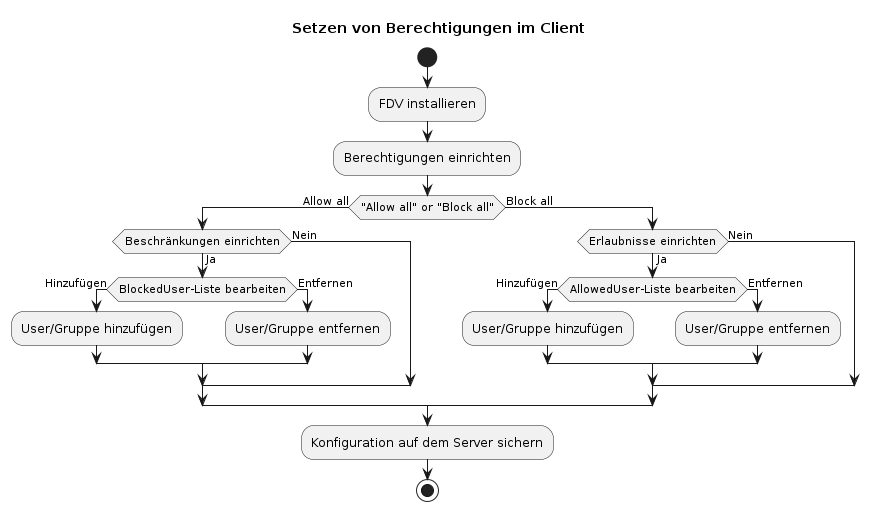
Above: images/diagrams/TI-Messenger-Client/Berechtigungen_setzen.png in gematik/api-ti-messenger (PlantUML), before the change.
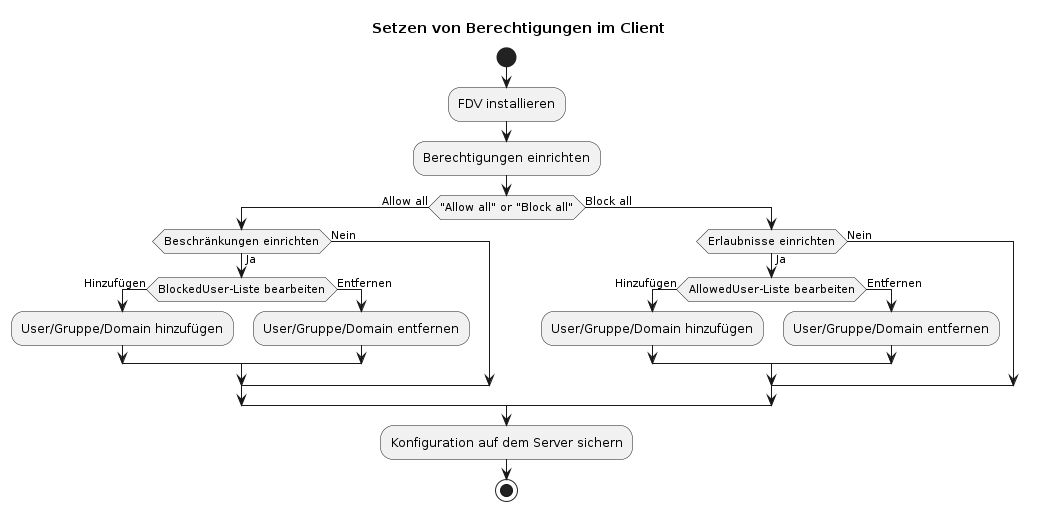
Above is the later version.

The edit, as a diff of the source:
```diff
@@ -8,18 +8,18 @@
 if ("Allow all" or "Block all") then (Allow all)
   if(Beschränkungen einrichten) then (Ja)
     if(BlockedUser-Liste bearbeiten) then (Hinzufügen)
-    :User/Gruppe hinzufügen;
+    :User/Gruppe/Domain hinzufügen;
     else (Entfernen)
-    :User/Gruppe entfernen;
+    :User/Gruppe/Domain entfernen;
     endif
   else(Nein)
   endif
 else (Block all)
   if(Erlaubnisse einrichten) then (Ja)
     if(AllowedUser-Liste bearbeiten) then (Hinzufügen)
-    :User/Gruppe hinzufügen;
+    :User/Gruppe/Domain hinzufügen;
     else (Entfernen)
-    :User/Gruppe entfernen;
+    :User/Gruppe/Domain entfernen;
     endif
   else(Nein)
   endif
```
